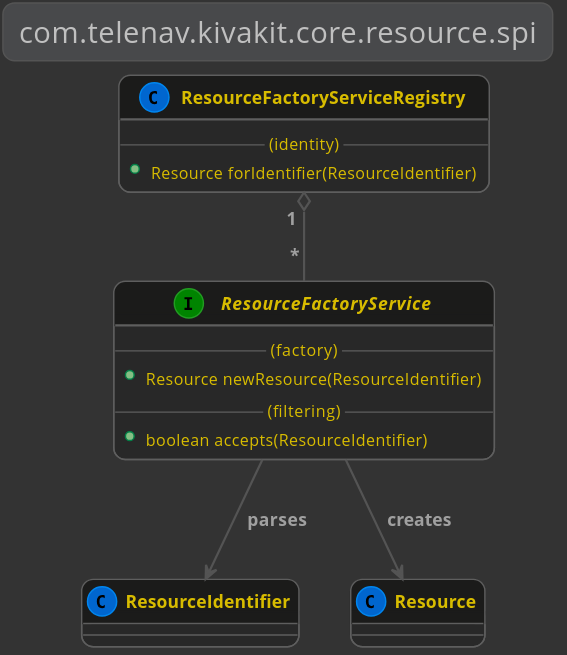
The PlantUML diagram kivakit-core/resource/documentation/diagrams/com.telenav.kivakit.core.resource.spi.svg in Telenav/kivakit, before a commit.
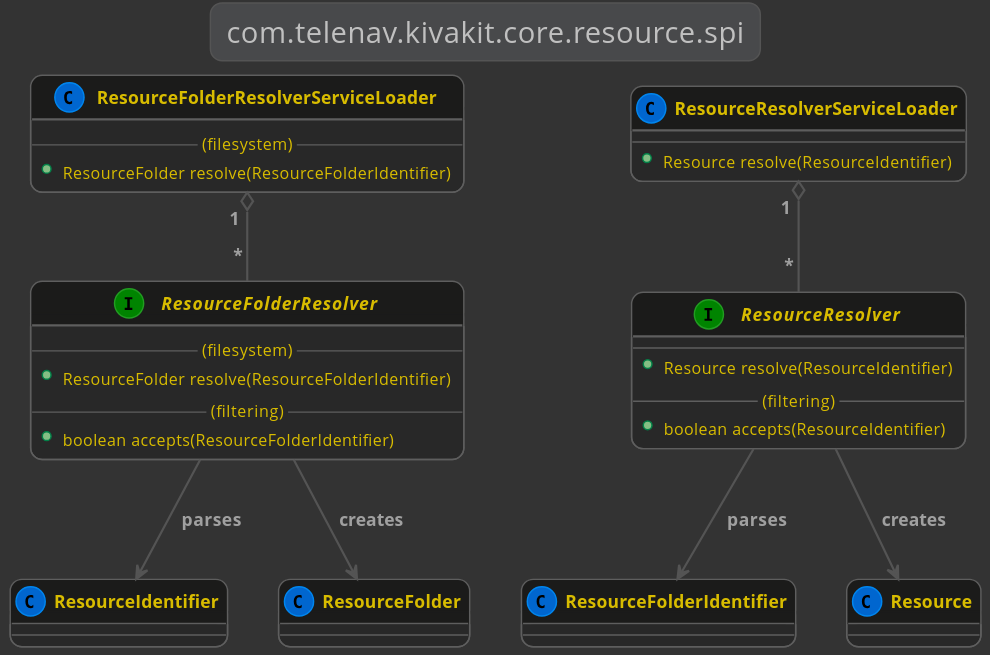
After the commit.

Diff of the diagram source:
```diff
@@ -4,21 +4,38 @@
 
     title "com.telenav.kivakit.core.resource.spi"
 
-    ResourceFactoryService --> ResourceIdentifier : "parses"
-    ResourceFactoryService --> Resource : "creates"
-    interface ResourceFactoryService
+    ResourceFolderResolver --> ResourceIdentifier : "parses"
+    ResourceFolderResolver --> ResourceFolder : "creates"
+    interface ResourceFolderResolver
     {
-        --(factory)--
-        +Resource newResource(ResourceIdentifier)
+        --(filesystem)--
+        +ResourceFolder resolve(ResourceFolderIdentifier)
+        --(filtering)--
+        +boolean accepts(ResourceFolderIdentifier)
+    }
+
+    ResourceFolderResolverServiceLoader "1" o-- "*" ResourceFolderResolver
+    class ResourceFolderResolverServiceLoader
+    {
+        --(filesystem)--
+        +ResourceFolder resolve(ResourceFolderIdentifier)
+    }
+
+    ResourceResolver --> ResourceFolderIdentifier : "parses"
+    ResourceResolver --> Resource : "creates"
+    interface ResourceResolver
+    {
+        --
+        +Resource resolve(ResourceIdentifier)
         --(filtering)--
         +boolean accepts(ResourceIdentifier)
     }
 
-    ResourceFactoryServiceRegistry "1" o-- "*" ResourceFactoryService
-    class ResourceFactoryServiceRegistry
+    ResourceResolverServiceLoader "1" o-- "*" ResourceResolver
+    class ResourceResolverServiceLoader
     {
-        --(identity)--
-        +Resource forIdentifier(ResourceIdentifier)
+        --
+        +Resource resolve(ResourceIdentifier)
     }
 
 @enduml
```
